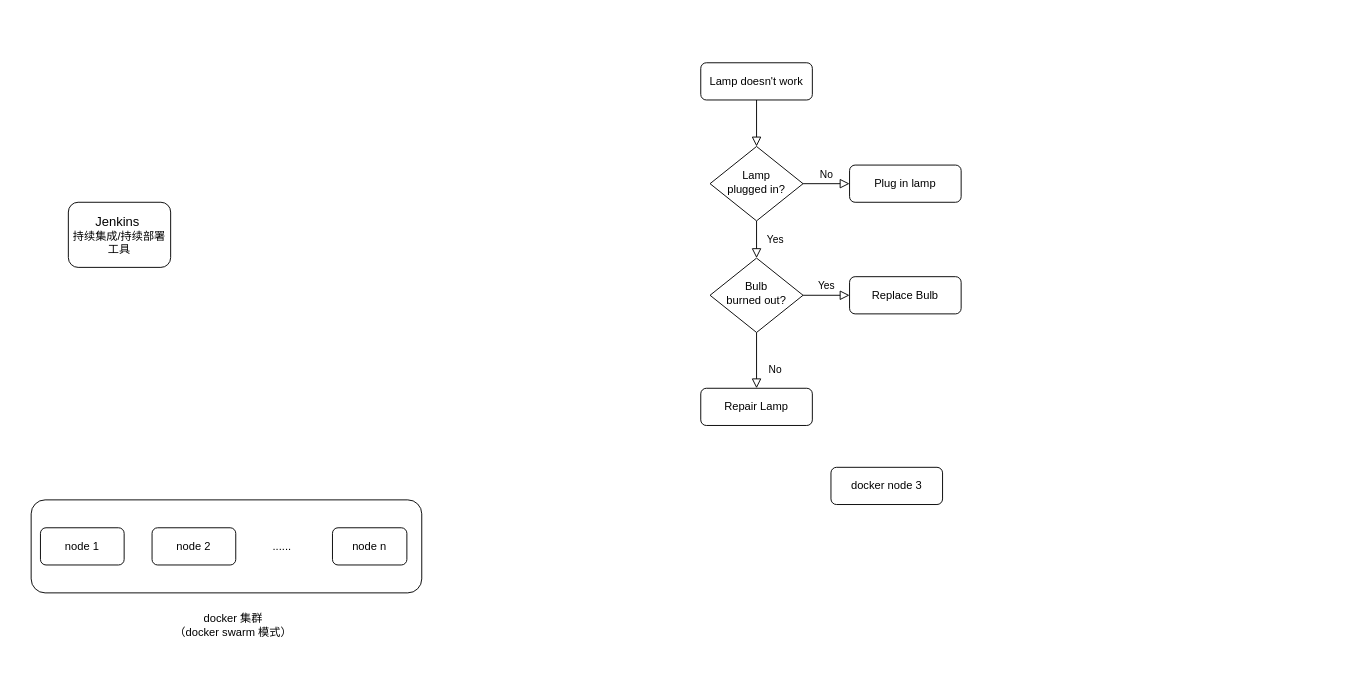
Earlier version of the draw.io diagram docker-swarm-cicd-method.drawio (oasisnoehub/DevOps). Source tidied: cells renumbered, new cells numbered last; positions are measured from the earlier drawing's top-left corner, leaving out a move shared by most shapes. Both pictures are drawn from the tidied source at 93%, with x=0, y=0 at pixel (31, 62).
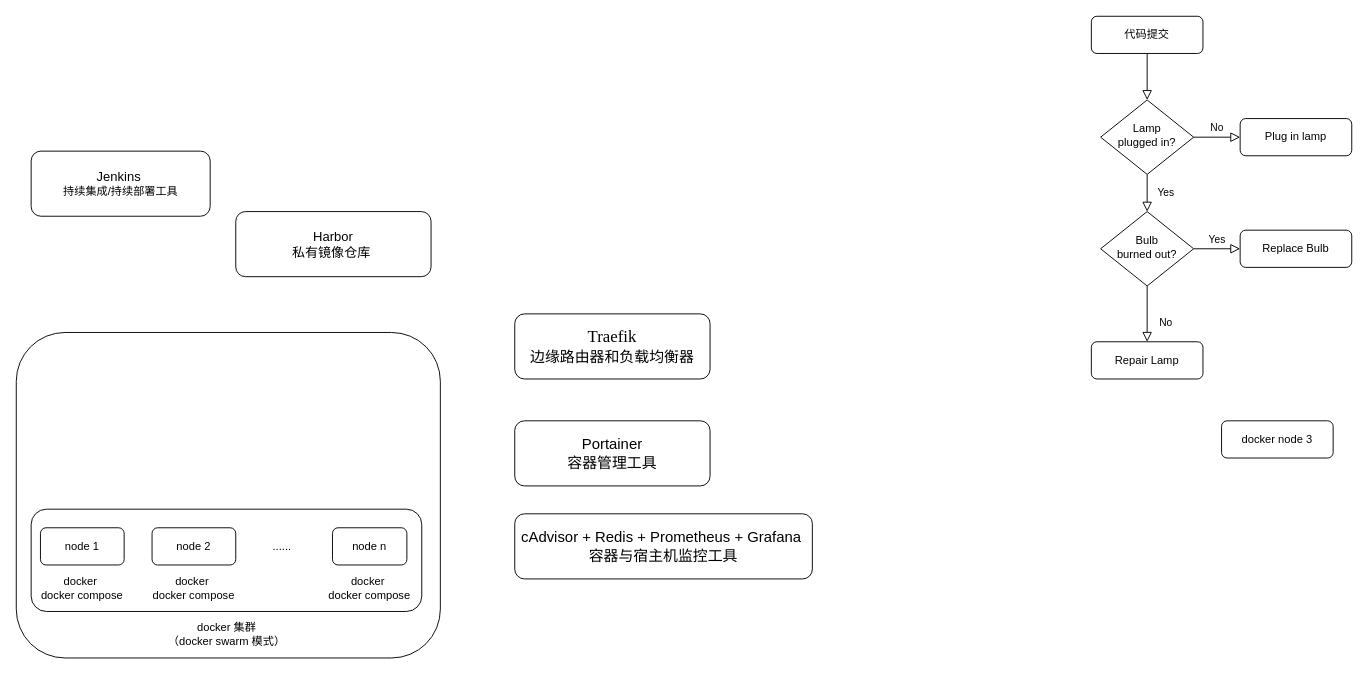
Above is the later version.

The edit, as a diff of the source:
```diff
@@
+    <mxCell id="21" style="rounded=1;whiteSpace=wrap;html=1;fontSize=12;glass=0;strokeWidth=1;shadow=0;" parent="1" vertex="1">
+      <mxGeometry x="-16" y="290" width="456" height="350" as="geometry" />
+    </mxCell>
     <mxCell id="2" style="rounded=1;whiteSpace=wrap;html=1;fontSize=12;glass=0;strokeWidth=1;shadow=0;" parent="1" vertex="1">
-      <mxGeometry y="470" width="420" height="100" as="geometry" />
+      <mxGeometry y="480" width="420" height="110" as="geometry" />
     </mxCell>
@@
-    <mxCell id="4" value="Lamp doesn't work" style="rounded=1;whiteSpace=wrap;html=1;fontSize=12;glass=0;strokeWidth=1;shadow=0;" parent="1" vertex="1">
-      <mxGeometry x="720" width="120" height="40" as="geometry" />
+    <mxCell id="4" value="代码提交" style="rounded=1;whiteSpace=wrap;html=1;fontSize=12;glass=0;strokeWidth=1;shadow=0;" parent="1" vertex="1">
+      <mxGeometry x="1140" y="-50" width="120" height="40" as="geometry" />
     </mxCell>
@@
     <mxCell id="7" value="Lamp&lt;br&gt;plugged in?" style="rhombus;whiteSpace=wrap;html=1;shadow=0;fontFamily=Helvetica;fontSize=12;align=center;strokeWidth=1;spacing=6;spacingTop=-4;" parent="1" vertex="1">
-      <mxGeometry x="730" y="90" width="100" height="80" as="geometry" />
+      <mxGeometry x="1150" y="40" width="100" height="80" as="geometry" />
     </mxCell>
     <mxCell id="8" value="Plug in lamp" style="rounded=1;whiteSpace=wrap;html=1;fontSize=12;glass=0;strokeWidth=1;shadow=0;" parent="1" vertex="1">
-      <mxGeometry x="880" y="110" width="120" height="40" as="geometry" />
+      <mxGeometry x="1300" y="60" width="120" height="40" as="geometry" />
     </mxCell>
@@
     <mxCell id="11" value="Bulb&lt;br&gt;burned out?" style="rhombus;whiteSpace=wrap;html=1;shadow=0;fontFamily=Helvetica;fontSize=12;align=center;strokeWidth=1;spacing=6;spacingTop=-4;" parent="1" vertex="1">
-      <mxGeometry x="730" y="210" width="100" height="80" as="geometry" />
+      <mxGeometry x="1150" y="160" width="100" height="80" as="geometry" />
     </mxCell>
     <mxCell id="12" value="Repair Lamp" style="rounded=1;whiteSpace=wrap;html=1;fontSize=12;glass=0;strokeWidth=1;shadow=0;" parent="1" vertex="1">
-      <mxGeometry x="720" y="350" width="120" height="40" as="geometry" />
+      <mxGeometry x="1140" y="300" width="120" height="40" as="geometry" />
     </mxCell>
     <mxCell id="13" value="Replace Bulb" style="rounded=1;whiteSpace=wrap;html=1;fontSize=12;glass=0;strokeWidth=1;shadow=0;" parent="1" vertex="1">
-      <mxGeometry x="880" y="230" width="120" height="40" as="geometry" />
+      <mxGeometry x="1300" y="180" width="120" height="40" as="geometry" />
     </mxCell>
     <mxCell id="14" value="&lt;font style=&quot;font-size: 14px;&quot;&gt;Jenkins&amp;nbsp;&lt;/font&gt;&lt;div&gt;持续集成/持续部署工具&lt;/div&gt;" style="rounded=1;whiteSpace=wrap;html=1;fontSize=12;glass=0;strokeWidth=1;shadow=0;" parent="1" vertex="1">
-      <mxGeometry x="40" y="150" width="110" height="70" as="geometry" />
+      <mxGeometry y="95" width="192.5" height="70" as="geometry" />
     </mxCell>
@@
     <mxCell id="17" value="docker node 3" style="rounded=1;whiteSpace=wrap;html=1;fontSize=12;glass=0;strokeWidth=1;shadow=0;" parent="1" vertex="1">
-      <mxGeometry x="860" y="435" width="120" height="40" as="geometry" />
+      <mxGeometry x="1280" y="385" width="120" height="40" as="geometry" />
     </mxCell>
@@
     <mxCell id="19" value="docker 集群&lt;br&gt;（docker swarm 模式）" style="text;html=1;align=center;verticalAlign=middle;whiteSpace=wrap;rounded=0;" parent="1" vertex="1">
-      <mxGeometry x="140" y="590" width="155" height="30" as="geometry" />
+      <mxGeometry x="132.5" y="600" width="155" height="30" as="geometry" />
     </mxCell>
@@
+    <mxCell id="22" value="docker&amp;nbsp;&lt;div&gt;docker compose&lt;/div&gt;" style="text;html=1;align=center;verticalAlign=middle;whiteSpace=wrap;rounded=0;" parent="1" vertex="1">
+      <mxGeometry x="5" y="550" width="100" height="30" as="geometry" />
+    </mxCell>
+    <mxCell id="23" value="docker&amp;nbsp;&lt;div&gt;docker compose&lt;/div&gt;" style="text;html=1;align=center;verticalAlign=middle;whiteSpace=wrap;rounded=0;" parent="1" vertex="1">
+      <mxGeometry x="125" y="550" width="100" height="30" as="geometry" />
+    </mxCell>
+    <mxCell id="24" value="docker&amp;nbsp;&lt;div&gt;docker compose&lt;/div&gt;" style="text;html=1;align=center;verticalAlign=middle;whiteSpace=wrap;rounded=0;" parent="1" vertex="1">
+      <mxGeometry x="314" y="550" width="100" height="30" as="geometry" />
+    </mxCell>
+    <mxCell id="25" value="&lt;font style=&quot;font-size: 14px;&quot;&gt;Harbor&lt;/font&gt;&lt;div&gt;&lt;font style=&quot;font-size: 14px;&quot;&gt;私有镜像仓库&amp;nbsp;&lt;/font&gt;&lt;/div&gt;" style="rounded=1;whiteSpace=wrap;html=1;fontSize=12;glass=0;strokeWidth=1;shadow=0;" parent="1" vertex="1">
+      <mxGeometry x="220" y="160" width="210" height="70" as="geometry" />
+    </mxCell>
+    <mxCell id="26" value="&lt;font style=&quot;font-size: 18px;&quot; face=&quot;Times New Roman&quot;&gt;Traefik&lt;/font&gt;&lt;div&gt;&lt;p style=&quot;margin: 0pt 0pt 0.0001pt; text-align: justify; font-size: 10.5pt;&quot; class=&quot;MsoNormal&quot;&gt;&lt;span style=&quot;font-size: 12pt;&quot;&gt;&lt;font face=&quot;yobFlRzFiSTVJPav9Yy1&quot;&gt;边缘路由器和负载均衡器&lt;/font&gt;&lt;/span&gt;&lt;/p&gt;&lt;/div&gt;" style="rounded=1;whiteSpace=wrap;html=1;fontSize=12;glass=0;strokeWidth=1;shadow=0;" parent="1" vertex="1">
+      <mxGeometry x="520" y="270" width="210" height="70" as="geometry" />
+    </mxCell>
+    <mxCell id="27" value="&lt;p style=&quot;margin: 0pt 0pt 0.0001pt; font-family: &amp;quot;Times New Roman&amp;quot;; font-size: 10.5pt;&quot; class=&quot;MsoNormal&quot;&gt;&lt;span style=&quot;font-family: 仿宋_GB2312; font-size: 12pt;&quot;&gt;&lt;font face=&quot;Times New Roman Regular&quot;&gt;Portainer&lt;/font&gt;&lt;/span&gt;&lt;/p&gt;&lt;div&gt;&lt;p style=&quot;margin: 0pt 0pt 0.0001pt; text-align: justify;&quot; class=&quot;MsoNormal&quot;&gt;&lt;font face=&quot;yobFlRzFiSTVJPav9Yy1&quot;&gt;&lt;span style=&quot;font-size: 16px;&quot;&gt;容器管理工具&lt;/span&gt;&lt;/font&gt;&lt;/p&gt;&lt;/div&gt;" style="rounded=1;whiteSpace=wrap;html=1;fontSize=12;glass=0;strokeWidth=1;shadow=0;" parent="1" vertex="1">
+      <mxGeometry x="520" y="385" width="210" height="70" as="geometry" />
+    </mxCell>
+    <mxCell id="28" value="&lt;p style=&quot;margin: 0pt 0pt 0.0001pt; font-family: &amp;quot;Times New Roman&amp;quot;; font-size: 10.5pt;&quot; class=&quot;MsoNormal&quot;&gt;&lt;span style=&quot;font-family: 仿宋_GB2312; font-size: 12pt;&quot;&gt;&lt;font face=&quot;Times New Roman Regular&quot;&gt;c&lt;/font&gt;&lt;/span&gt;&lt;span style=&quot;font-family: &amp;quot;Times New Roman Regular&amp;quot;; font-size: 12pt;&quot;&gt;A&lt;/span&gt;&lt;span style=&quot;font-family: 仿宋_GB2312; font-size: 12pt;&quot;&gt;&lt;font face=&quot;Times New Roman Regular&quot;&gt;dvisor + Redis + Prometheus + Grafana&amp;nbsp;&lt;/font&gt;&lt;/span&gt;&lt;/p&gt;&lt;div&gt;&lt;p style=&quot;margin: 0pt 0pt 0.0001pt;&quot; class=&quot;MsoNormal&quot;&gt;&lt;font face=&quot;yobFlRzFiSTVJPav9Yy1&quot;&gt;&lt;span style=&quot;font-size: 16px;&quot;&gt;容器与宿主机监控工具&lt;/span&gt;&lt;/font&gt;&lt;/p&gt;&lt;/div&gt;" style="rounded=1;whiteSpace=wrap;html=1;fontSize=12;glass=0;strokeWidth=1;shadow=0;align=center;" parent="1" vertex="1">
+      <mxGeometry x="520" y="485" width="320" height="70" as="geometry" />
+    </mxCell>
```
